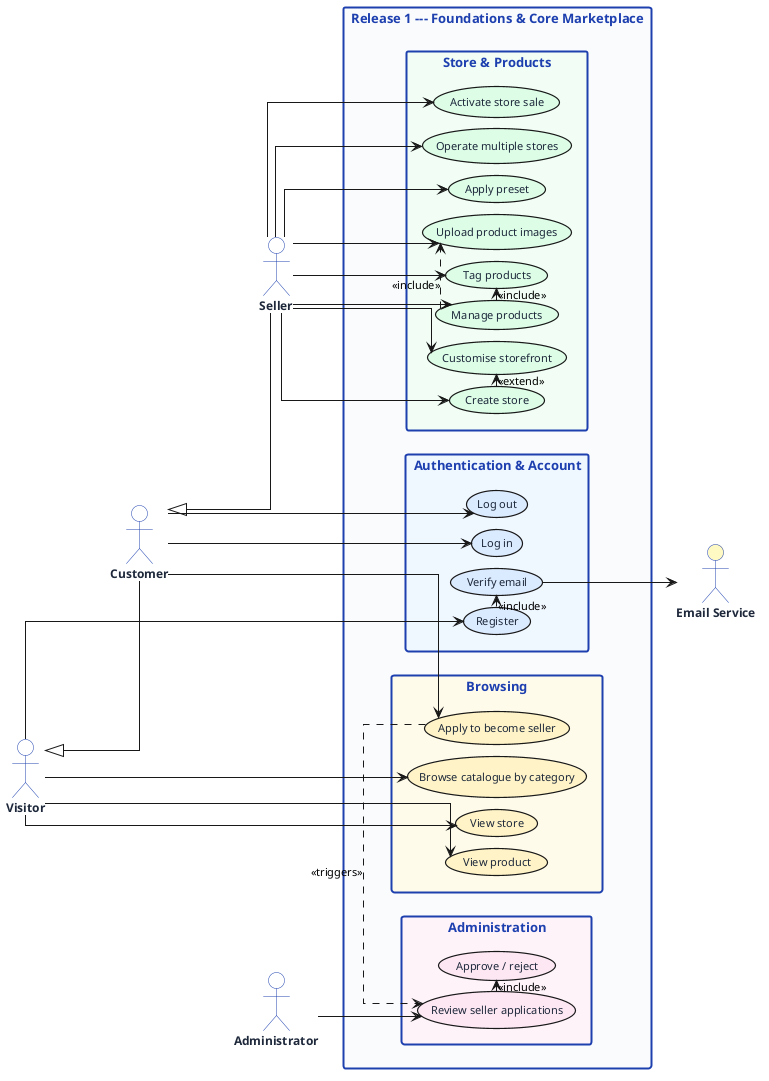
Above: img/uc-release1.png in NadimJebali/NadimJebali-Pfe-rapport-V2 (PlantUML), before the change. Source of this version:
```plantuml
@startuml uc-release1

skinparam defaultFontName Helvetica
skinparam defaultFontSize 11
skinparam backgroundColor #FFFFFF
skinparam shadowing false
skinparam packageStyle rectangle
skinparam linetype ortho
skinparam nodesep 12
skinparam ranksep 65

skinparam actor {
  BackgroundColor #FFFFFF
  BorderColor #1E40AF
  FontColor #1E293B
  FontStyle bold
  FontSize 12
}
skinparam usecase {
  BorderThickness 1.2
  FontColor #1E293B
  FontSize 11
}
skinparam rectangle {
  BackgroundColor #F8FAFC
  BorderColor #1E40AF
  BorderThickness 2
  FontColor #1E40AF
  FontStyle bold
  FontSize 13
}

left to right direction

actor Visitor       as Visitor
actor Customer      as Customer
actor Seller        as Seller
actor Administrator as Admin

Visitor  <|-- Customer
Customer <|-- Seller

rectangle "Release 1 --- Foundations & Core Marketplace" {

  rectangle "Authentication & Account" #EFF6FF {
    (Register)                     as A1 #DBEAFE
    (Verify email)                 as A2 #DBEAFE
    (Log in)                       as A3 #DBEAFE
    (Log out)                      as A4 #DBEAFE
  }

  rectangle "Browsing" #FFFBEB {
    (Browse catalogue by category) as B1 #FEF3C7
    (View store)                   as B2 #FEF3C7
    (View product)                 as B3 #FEF3C7
    (Apply to become seller)       as B4 #FEF3C7
  }

  rectangle "Store & Products" #F0FDF4 {
    (Create store)                 as S1 #DCFCE7
    (Customise storefront)         as S2 #DCFCE7
    (Apply preset)                 as S3 #DCFCE7
    (Operate multiple stores)      as S4 #DCFCE7
    (Manage products)              as S5 #DCFCE7
    (Upload product images)        as S6 #DCFCE7
    (Tag products)                 as S7 #DCFCE7
    (Activate store sale)          as S8 #DCFCE7
  }

  rectangle "Administration" #FDF2F8 {
    (Review seller applications)   as D1 #FCE7F3
    (Approve / reject)             as D2 #FCE7F3
  }
}

actor "Email Service" as MAIL #FEF9C3

Visitor  --> A1
Visitor  --> B1
Visitor  --> B2
Visitor  --> B3
Customer --> A3
Customer --> A4
Customer --> B4
Seller   --> S1
Seller   --> S2
Seller   --> S3
Seller   --> S4
Seller   --> S5
Seller   --> S6
Seller   --> S7
Seller   --> S8
Admin    --> D1

A1 .> A2 : <<include>>
S1 .> S2 : <<extend>>
S5 .> S6 : <<include>>
S5 .> S7 : <<include>>
B4 .> D1 : <<triggers>>
D1 .> D2 : <<include>>
A2 --> MAIL

@enduml
```
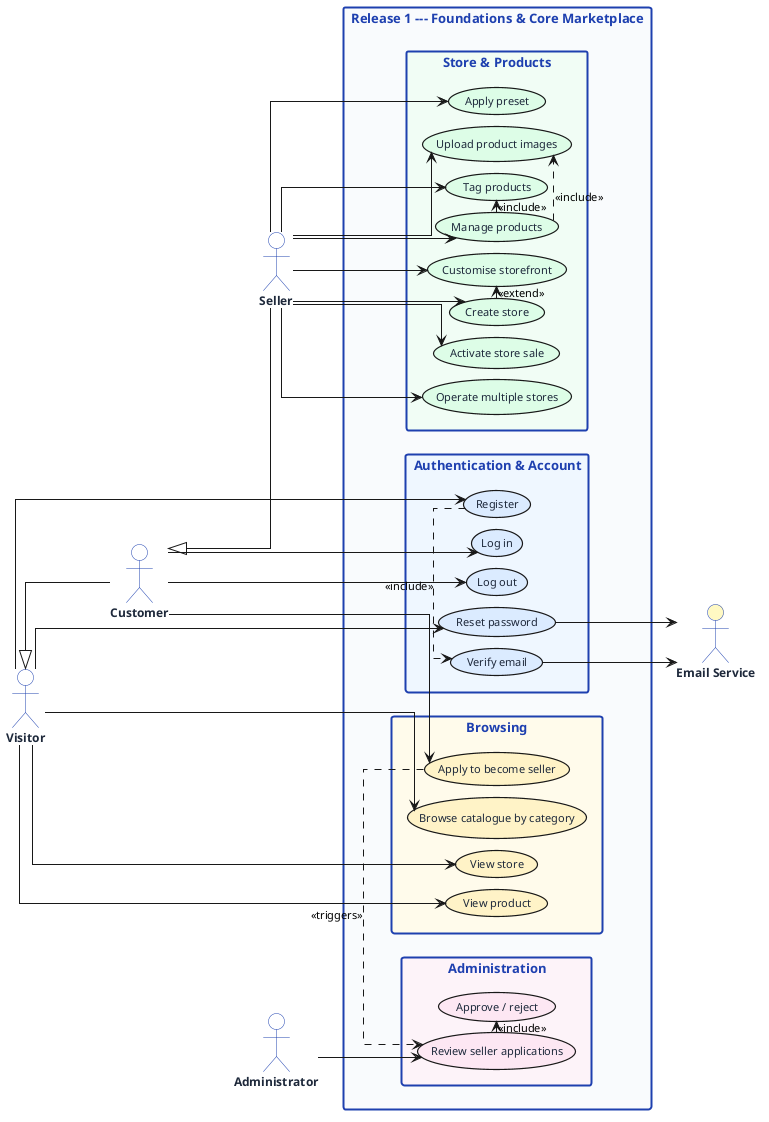
The same diagram one commit later.

Change to the diagram source:
```diff
@@ -47,6 +47,7 @@
     (Verify email)                 as A2 #DBEAFE
     (Log in)                       as A3 #DBEAFE
     (Log out)                      as A4 #DBEAFE
+    (Reset password)               as A5 #DBEAFE
   }
 
   rectangle "Browsing" #FFFBEB {
@@ -76,6 +77,7 @@
 actor "Email Service" as MAIL #FEF9C3
 
 Visitor  --> A1
+Visitor  --> A5
 Visitor  --> B1
 Visitor  --> B2
 Visitor  --> B3
@@ -99,5 +101,6 @@
 B4 .> D1 : <<triggers>>
 D1 .> D2 : <<include>>
 A2 --> MAIL
+A5 --> MAIL
 
 @enduml
```
